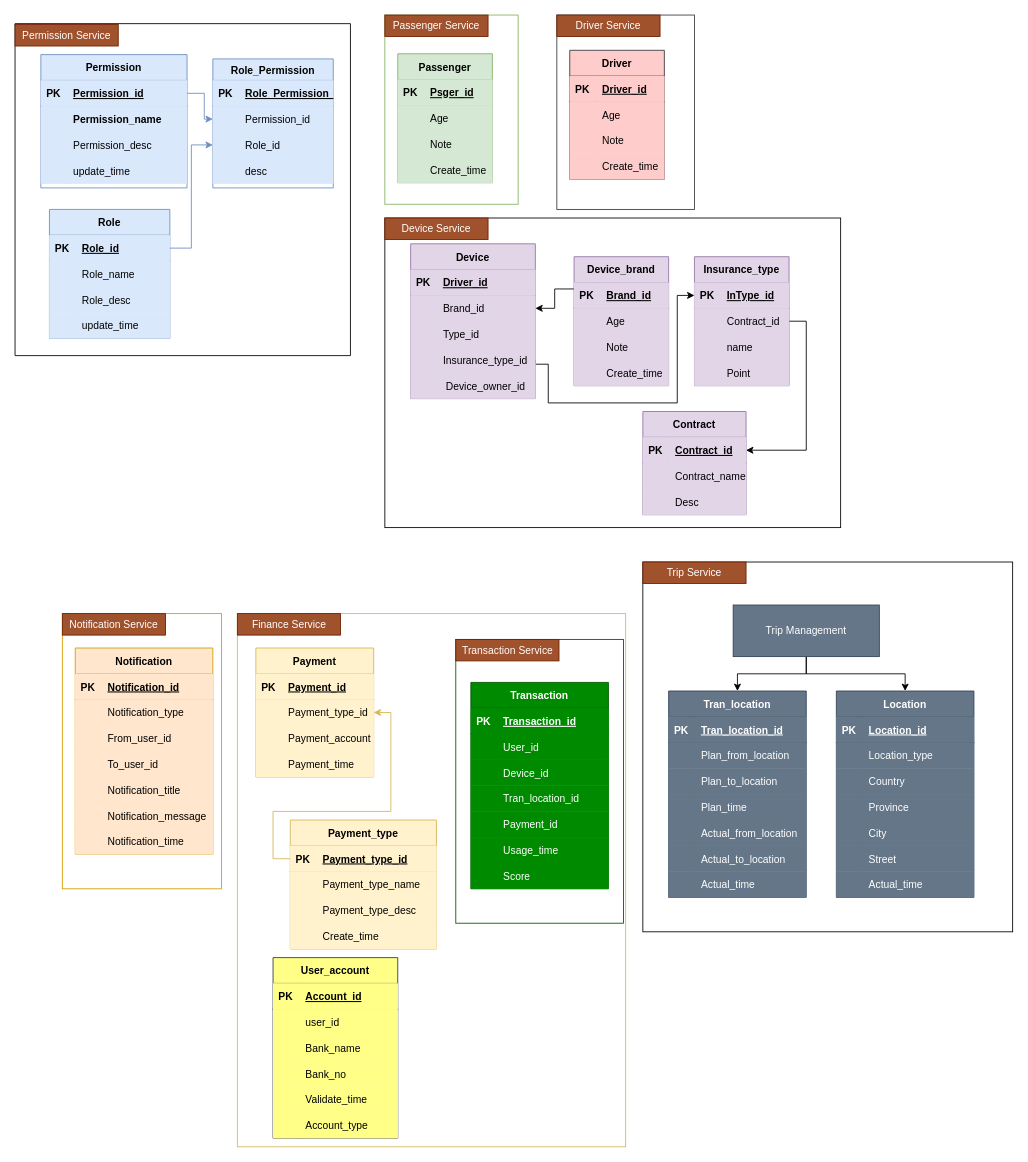
This is DD_DB Arch view.drawio from JackZhao2517/drawio_folder, a draw.io file, before an edit. Source tidied: cells renumbered, new cells numbered last; positions are measured from the earlier drawing's top-left corner, leaving out a move shared by most shapes. Both pictures are drawn from the tidied source at 86%, with x=0, y=0 at pixel (15, 15).
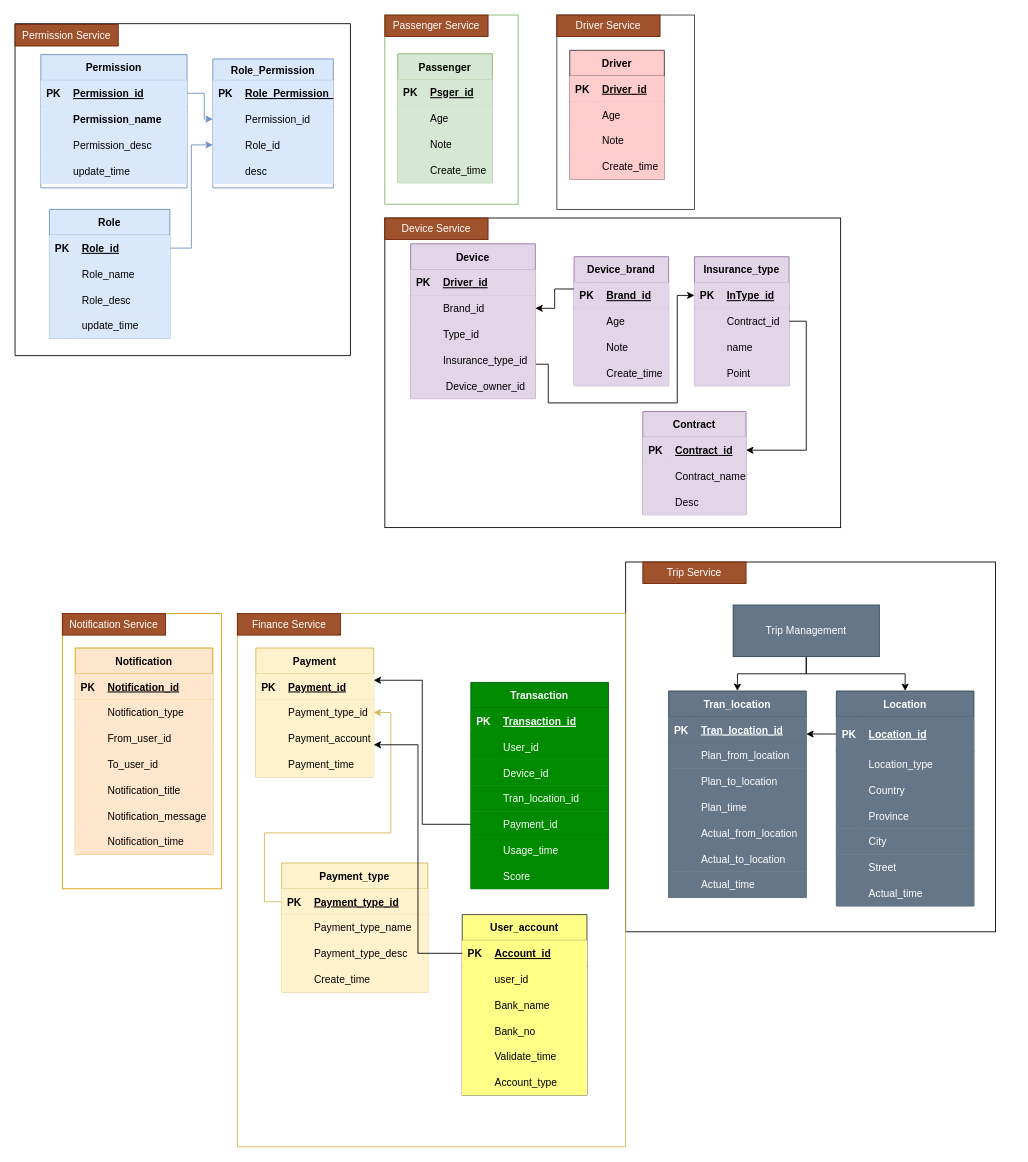
After the change.

Unchanged cells that the change refers to:
```xml
<mxCell id="132" value="Payment" style="shape=table;startSize=30;childLayout=tableLayout;rowLines=0;fontStyle=1;align=center;fillColor=#fff2cc;strokeColor=#d6b656;" parent="1" vertex="1">
  <mxGeometry x="280" y="736" width="137" height="150" as="geometry" />
</mxCell>
<mxCell id="194" style="shape=partialRectangle;fillColor=#008a00;top=0;left=0;bottom=0;right=0;points=[[0,0.5],[1,0.5]];portConstraint=eastwest;strokeColor=#005700;fontColor=#ffffff;" parent="181" vertex="1">
  <mxGeometry y="150" width="160" height="30" as="geometry" />
</mxCell>
<mxCell id="248" style="shape=partialRectangle;fillColor=#ffff88;top=0;left=0;bottom=1;right=0;points=[[0,0.5],[1,0.5]];portConstraint=eastwest;strokeColor=#36393d;" parent="247" vertex="1">
  <mxGeometry y="30" width="145" height="30" as="geometry" />
</mxCell>
```

The edit, as a diff of the source:
```diff
@@
+    <mxCell id="272" style="rounded=0;whiteSpace=wrap;html=1;fillColor=none;gradientColor=none;" parent="1" vertex="1">
+      <mxGeometry x="710" y="636" width="430" height="430" as="geometry" />
+    </mxCell>
@@
-    <mxCell id="128" style="rounded=0;whiteSpace=wrap;html=1;strokeColor=#005700;fontColor=#ffffff;fillColor=none;" parent="1" vertex="1">
-      <mxGeometry x="512.5" y="726" width="195" height="330" as="geometry" />
-    </mxCell>
@@
     <mxCell id="145" value="Payment_type" style="shape=table;startSize=30;childLayout=tableLayout;rowLines=0;fontStyle=1;align=center;fillColor=#fff2cc;strokeColor=#d6b656;" parent="1" vertex="1">
-      <mxGeometry x="320" y="936" width="170" height="150" as="geometry" />
+      <mxGeometry x="310" y="986" width="170" height="150" as="geometry" />
     </mxCell>
@@
     <mxCell id="225" value="Location" style="shape=table;startSize=30;childLayout=tableLayout;rowLines=0;fontStyle=1;align=center;fillColor=#647687;strokeColor=#314354;fontColor=#ffffff;" parent="1" vertex="1">
-      <mxGeometry x="955" y="786" width="160" height="240" as="geometry" />
+      <mxGeometry x="955" y="786" width="160" height="250" as="geometry" />
     </mxCell>
     <mxCell id="226" style="shape=partialRectangle;fillColor=#647687;top=0;left=0;bottom=1;right=0;points=[[0,0.5],[1,0.5]];portConstraint=eastwest;strokeColor=#314354;fontColor=#ffffff;" parent="225" vertex="1">
-      <mxGeometry y="30" width="160" height="30" as="geometry" />
+      <mxGeometry y="30" width="160" height="40" as="geometry" />
     </mxCell>
     <mxCell id="227" value="PK" style="shape=partialRectangle;fillColor=#647687;top=0;left=0;bottom=0;right=0;fontStyle=1;overflow=hidden;strokeColor=#314354;fontColor=#ffffff;" parent="226" vertex="1">
-      <mxGeometry width="30" height="30" as="geometry" />
+      <mxGeometry width="30" height="40" as="geometry" />
     </mxCell>
     <mxCell id="228" value="Location_id" style="shape=partialRectangle;fillColor=#647687;top=0;left=0;bottom=0;right=0;align=left;spacingLeft=6;fontStyle=5;overflow=hidden;strokeColor=#314354;fontColor=#ffffff;" parent="226" vertex="1">
-      <mxGeometry x="30" width="130" height="30" as="geometry" />
+      <mxGeometry x="30" width="130" height="40" as="geometry" />
     </mxCell>
     <mxCell id="229" style="shape=partialRectangle;fillColor=#647687;top=0;left=0;bottom=0;right=0;strokeColor=#314354;fontColor=#ffffff;" parent="225" vertex="1">
-      <mxGeometry y="60" width="160" height="30" as="geometry" />
+      <mxGeometry y="70" width="160" height="30" as="geometry" />
     </mxCell>
@@
     <mxCell id="232" style="shape=partialRectangle;fillColor=#647687;top=0;left=0;bottom=0;right=0;strokeColor=#314354;fontColor=#ffffff;" parent="225" vertex="1">
-      <mxGeometry y="90" width="160" height="30" as="geometry" />
+      <mxGeometry y="100" width="160" height="30" as="geometry" />
     </mxCell>
@@
     <mxCell id="235" style="shape=partialRectangle;fillColor=#647687;top=0;left=0;bottom=0;right=0;strokeColor=#314354;fontColor=#ffffff;" parent="225" vertex="1">
-      <mxGeometry y="120" width="160" height="30" as="geometry" />
+      <mxGeometry y="130" width="160" height="30" as="geometry" />
     </mxCell>
@@
     <mxCell id="238" style="shape=partialRectangle;fillColor=#647687;top=0;left=0;bottom=0;right=0;strokeColor=#314354;fontColor=#ffffff;" parent="225" vertex="1">
-      <mxGeometry y="150" width="160" height="30" as="geometry" />
+      <mxGeometry y="160" width="160" height="30" as="geometry" />
     </mxCell>
@@
     <mxCell id="241" style="shape=partialRectangle;fillColor=#647687;top=0;left=0;bottom=0;right=0;strokeColor=#314354;fontColor=#ffffff;" parent="225" vertex="1">
-      <mxGeometry y="180" width="160" height="30" as="geometry" />
+      <mxGeometry y="190" width="160" height="30" as="geometry" />
     </mxCell>
@@
     <mxCell id="244" style="shape=partialRectangle;fillColor=#647687;top=0;left=0;bottom=0;right=0;strokeColor=#314354;fontColor=#ffffff;" parent="225" vertex="1">
-      <mxGeometry y="210" width="160" height="30" as="geometry" />
+      <mxGeometry y="220" width="160" height="30" as="geometry" />
     </mxCell>
@@
     <mxCell id="247" value="User_account" style="shape=table;startSize=30;childLayout=tableLayout;rowLines=0;fontStyle=1;align=center;fillColor=#ffff88;strokeColor=#36393d;" parent="1" vertex="1">
-      <mxGeometry x="300" y="1096" width="145" height="210" as="geometry" />
+      <mxGeometry x="520" y="1046" width="145" height="210" as="geometry" />
     </mxCell>
@@
-    <mxCell id="272" style="rounded=0;whiteSpace=wrap;html=1;fillColor=none;gradientColor=none;" parent="1" vertex="1">
-      <mxGeometry x="730" y="636" width="430" height="430" as="geometry" />
-    </mxCell>
@@
-    <mxCell id="274" value="Transaction Service" style="text;html=1;strokeColor=#6D1F00;fillColor=#a0522d;align=center;verticalAlign=middle;whiteSpace=wrap;rounded=0;fontColor=#ffffff;" parent="1" vertex="1">
-      <mxGeometry x="512.5" y="726" width="120" height="25" as="geometry" />
-    </mxCell>
@@
+    <mxCell id="277" style="edgeStyle=orthogonalEdgeStyle;rounded=0;jettySize=auto;html=1;exitX=0;exitY=0.5;exitDx=0;exitDy=0;entryX=1;entryY=0.75;entryDx=0;entryDy=0;" parent="1" edge="1" source="248" target="132">
+      <mxGeometry relative="1" as="geometry" />
+    </mxCell>
+    <mxCell id="278" style="edgeStyle=orthogonalEdgeStyle;rounded=0;jettySize=auto;html=1;exitX=0;exitY=0.5;exitDx=0;exitDy=0;entryX=1;entryY=0.25;entryDx=0;entryDy=0;" parent="1" edge="1" source="194" target="132">
+      <mxGeometry relative="1" as="geometry" />
+    </mxCell>
+    <mxCell id="279" style="edgeStyle=orthogonalEdgeStyle;rounded=0;jettySize=auto;html=1;exitX=0;exitY=0.5;exitDx=0;exitDy=0;" parent="1" edge="1" source="226">
+      <mxGeometry relative="1" as="geometry">
+        <mxPoint x="920" y="836" as="targetPoint" />
+      </mxGeometry>
+    </mxCell>
```
